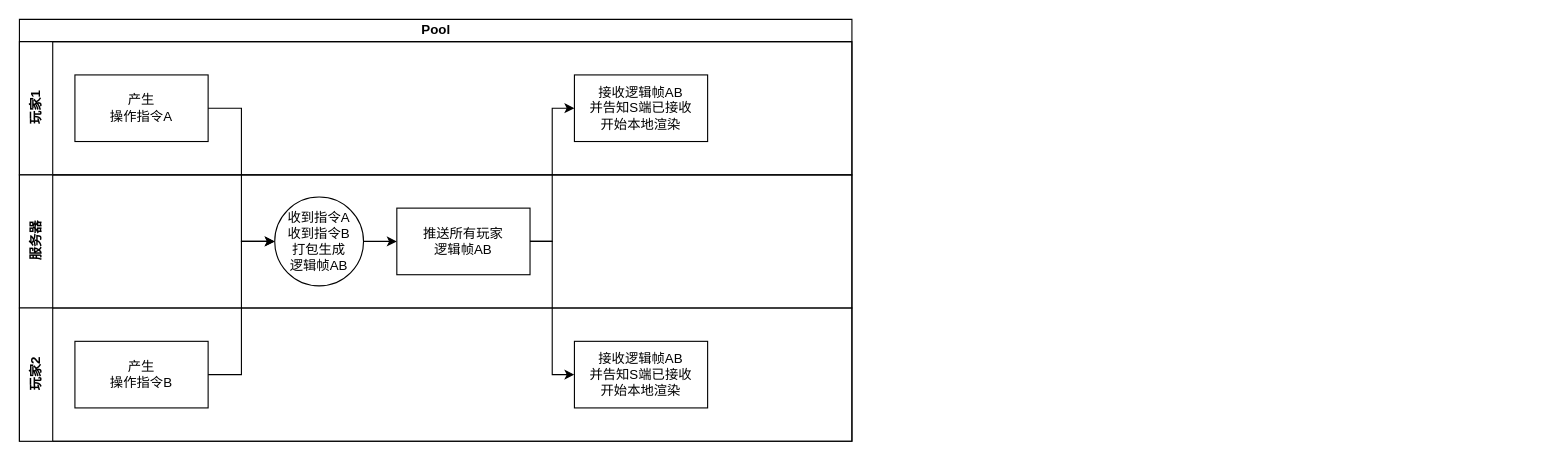
Earlier version of the draw.io diagram rsync_frame_lock_step.drawio (mqzhifu/drawpic). Source tidied: cells renumbered, new cells numbered last; positions are measured from the earlier drawing's top-left corner, leaving out a move shared by most shapes. Both pictures are drawn from the tidied source at 111%, with x=0, y=0 at pixel (19, 19).
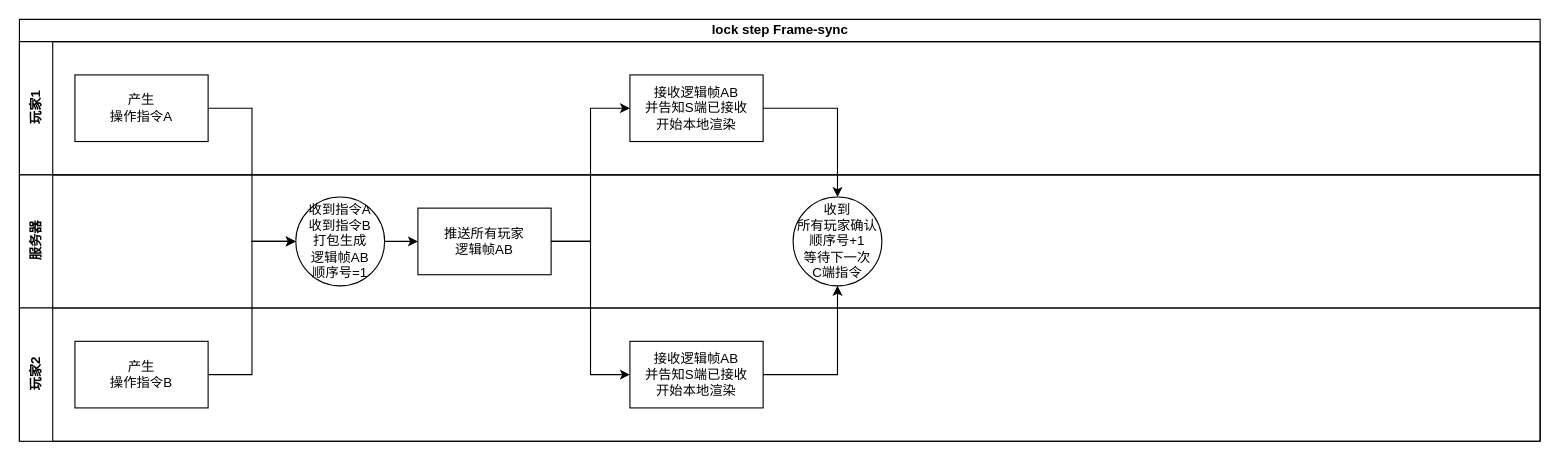
The same diagram, later.

Diff of the diagram source:
```diff
@@
 <mxGraphModel>
   <root>
     <mxCell id="0" />
     <mxCell id="1" parent="0" />
-    <mxCell id="2" value="Pool" style="swimlane;html=1;horizontal=1;startSize=20;" parent="1" vertex="1">
-      <mxGeometry width="750" height="380" as="geometry" />
+    <mxCell id="2" value="lock step Frame-sync" style="swimlane;html=1;horizontal=1;startSize=20;" parent="1" vertex="1">
+      <mxGeometry width="1370" height="380" as="geometry" />
     </mxCell>
     <mxCell id="3" value="玩家1" style="swimlane;html=1;startSize=30;horizontal=0;" parent="2" vertex="1">
-      <mxGeometry y="20" width="750" height="120" as="geometry" />
+      <mxGeometry y="20" width="1370" height="120" as="geometry" />
     </mxCell>
     <mxCell id="4" value="产生&lt;br&gt;操作指令A" style="rounded=0;whiteSpace=wrap;html=1;" parent="3" vertex="1">
       <mxGeometry x="50" y="30" width="120" height="60" as="geometry" />
     </mxCell>
     <mxCell id="5" value="接收逻辑帧AB&lt;br&gt;并告知S端已接收&lt;br&gt;开始本地渲染" style="rounded=0;whiteSpace=wrap;html=1;" parent="3" vertex="1">
-      <mxGeometry x="500" y="30" width="120" height="60" as="geometry" />
+      <mxGeometry x="550" y="30" width="120" height="60" as="geometry" />
     </mxCell>
     <mxCell id="6" value="服务器" style="swimlane;html=1;startSize=30;horizontal=0;" parent="2" vertex="1">
-      <mxGeometry y="140" width="750" height="120" as="geometry" />
+      <mxGeometry y="140" width="1370" height="120" as="geometry" />
     </mxCell>
     <mxCell id="7" style="edgeStyle=orthogonalEdgeStyle;rounded=0;jettySize=auto;html=1;entryX=0;entryY=0.5;entryDx=0;entryDy=0;" parent="6" edge="1" source="8" target="9">
       <mxGeometry relative="1" as="geometry" />
     </mxCell>
-    <mxCell id="8" value="收到指令A&lt;br&gt;收到指令B&lt;br&gt;打包生成&lt;br&gt;逻辑帧AB" style="ellipse;whiteSpace=wrap;html=1;" parent="6" vertex="1">
-      <mxGeometry x="230" y="20" width="80" height="80" as="geometry" />
+    <mxCell id="8" value="收到指令A&lt;br&gt;收到指令B&lt;br&gt;打包生成&lt;br&gt;逻辑帧AB&lt;br&gt;顺序号=1" style="ellipse;whiteSpace=wrap;html=1;" parent="6" vertex="1">
+      <mxGeometry x="249" y="20" width="80" height="80" as="geometry" />
     </mxCell>
     <mxCell id="9" value="推送所有玩家&lt;br&gt;逻辑帧AB" style="rounded=0;whiteSpace=wrap;html=1;" parent="6" vertex="1">
-      <mxGeometry x="340" y="30" width="120" height="60" as="geometry" />
+      <mxGeometry x="359" y="30" width="120" height="60" as="geometry" />
     </mxCell>
+    <mxCell id="17" value="收到&lt;br&gt;所有玩家确认&lt;br&gt;顺序号+1&lt;br&gt;等待下一次&lt;br&gt;C端指令" style="ellipse;whiteSpace=wrap;html=1;" parent="6" vertex="1">
+      <mxGeometry x="697" y="20" width="80" height="80" as="geometry" />
+    </mxCell>
     <mxCell id="10" value="玩家2" style="swimlane;html=1;startSize=30;horizontal=0;" parent="2" vertex="1">
-      <mxGeometry y="260" width="750" height="120" as="geometry" />
+      <mxGeometry y="260" width="1370" height="120" as="geometry" />
     </mxCell>
     <mxCell id="11" value="产生&lt;br&gt;操作指令B" style="rounded=0;whiteSpace=wrap;html=1;" parent="10" vertex="1">
       <mxGeometry x="50" y="30" width="120" height="60" as="geometry" />
     </mxCell>
     <mxCell id="12" value="接收逻辑帧AB&lt;br&gt;并告知S端已接收&lt;br&gt;开始本地渲染" style="rounded=0;whiteSpace=wrap;html=1;" parent="10" vertex="1">
-      <mxGeometry x="500" y="30" width="120" height="60" as="geometry" />
+      <mxGeometry x="550" y="30" width="120" height="60" as="geometry" />
     </mxCell>
     <mxCell id="13" style="edgeStyle=orthogonalEdgeStyle;rounded=0;jettySize=auto;html=1;entryX=0;entryY=0.5;entryDx=0;entryDy=0;" parent="2" edge="1" source="4" target="8">
       <mxGeometry relative="1" as="geometry" />
     </mxCell>
     <mxCell id="14" style="edgeStyle=orthogonalEdgeStyle;rounded=0;jettySize=auto;html=1;entryX=0;entryY=0.5;entryDx=0;entryDy=0;" parent="2" edge="1" source="11" target="8">
       <mxGeometry relative="1" as="geometry" />
     </mxCell>
     <mxCell id="15" style="edgeStyle=orthogonalEdgeStyle;rounded=0;jettySize=auto;html=1;entryX=0;entryY=0.5;entryDx=0;entryDy=0;" parent="2" edge="1" source="9" target="5">
       <mxGeometry relative="1" as="geometry" />
     </mxCell>
     <mxCell id="16" style="edgeStyle=orthogonalEdgeStyle;rounded=0;jettySize=auto;html=1;entryX=0;entryY=0.5;entryDx=0;entryDy=0;" parent="2" edge="1" source="9" target="12">
       <mxGeometry relative="1" as="geometry" />
     </mxCell>
+    <mxCell id="18" style="edgeStyle=orthogonalEdgeStyle;rounded=0;jettySize=auto;html=1;" parent="2" edge="1" source="5" target="17">
+      <mxGeometry relative="1" as="geometry" />
+    </mxCell>
+    <mxCell id="19" style="edgeStyle=orthogonalEdgeStyle;rounded=0;jettySize=auto;html=1;entryX=0.5;entryY=1;entryDx=0;entryDy=0;" parent="2" edge="1" source="12" target="17">
+      <mxGeometry relative="1" as="geometry" />
+    </mxCell>
   </root>
 </mxGraphModel>
```
